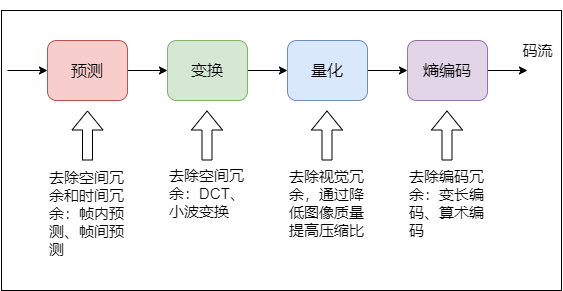
The draw.io diagram diagrams/音视频/视频编码.drawio.png in suirane/assets, before a commit. Source tidied: cells renumbered, new cells last; positions are measured from the earlier drawing's top-left corner, leaving out a move shared by most shapes. Its diagram source:
```xml
<mxGraphModel background="#FFFFFF">
  <root>
    <mxCell id="0" />
    <mxCell id="1" parent="0" />
    <mxCell id="2" style="edgeStyle=orthogonalEdgeStyle;rounded=0;jettySize=auto;html=1;exitX=1;exitY=0.5;exitDx=0;exitDy=0;" parent="1" edge="1" source="3" target="5">
      <mxGeometry relative="1" as="geometry" />
    </mxCell>
    <mxCell id="3" value="&lt;font style=&quot;font-size: 16px&quot;&gt;预测&lt;/font&gt;" style="rounded=1;whiteSpace=wrap;html=1;fillColor=#f8cecc;strokeColor=#b85450;" parent="1" vertex="1">
      <mxGeometry x="46" y="30" width="80" height="60" as="geometry" />
    </mxCell>
    <mxCell id="4" style="edgeStyle=orthogonalEdgeStyle;rounded=0;jettySize=auto;html=1;exitX=1;exitY=0.5;exitDx=0;exitDy=0;entryX=0;entryY=0.5;entryDx=0;entryDy=0;" parent="1" edge="1" source="5" target="7">
      <mxGeometry relative="1" as="geometry" />
    </mxCell>
    <mxCell id="5" value="&lt;span style=&quot;font-size: 16px&quot;&gt;变换&lt;/span&gt;" style="rounded=1;whiteSpace=wrap;html=1;fillColor=#d5e8d4;strokeColor=#82b366;" parent="1" vertex="1">
      <mxGeometry x="166" y="30" width="80" height="60" as="geometry" />
    </mxCell>
    <mxCell id="6" style="edgeStyle=orthogonalEdgeStyle;rounded=0;jettySize=auto;html=1;exitX=1;exitY=0.5;exitDx=0;exitDy=0;entryX=0;entryY=0.5;entryDx=0;entryDy=0;" parent="1" edge="1" source="7" target="9">
      <mxGeometry relative="1" as="geometry" />
    </mxCell>
    <mxCell id="7" value="&lt;font style=&quot;font-size: 16px&quot;&gt;量化&lt;/font&gt;" style="rounded=1;whiteSpace=wrap;html=1;fillColor=#dae8fc;strokeColor=#6c8ebf;" parent="1" vertex="1">
      <mxGeometry x="286" y="30" width="80" height="60" as="geometry" />
    </mxCell>
    <mxCell id="8" style="edgeStyle=orthogonalEdgeStyle;rounded=0;jettySize=auto;html=1;exitX=1;exitY=0.5;exitDx=0;exitDy=0;" parent="1" edge="1" source="9">
      <mxGeometry relative="1" as="geometry">
        <mxPoint x="526" y="60" as="targetPoint" />
      </mxGeometry>
    </mxCell>
    <mxCell id="9" value="&lt;span style=&quot;font-size: 16px&quot;&gt;熵编码&lt;/span&gt;" style="rounded=1;whiteSpace=wrap;html=1;fillColor=#e1d5e7;strokeColor=#9673a6;" parent="1" vertex="1">
      <mxGeometry x="406" y="30" width="80" height="60" as="geometry" />
    </mxCell>
    <mxCell id="10" style="edgeStyle=orthogonalEdgeStyle;rounded=0;jettySize=auto;html=1;entryX=0;entryY=0.5;entryDx=0;entryDy=0;" parent="1" edge="1" target="3">
      <mxGeometry relative="1" as="geometry">
        <mxPoint x="6" y="60" as="sourcePoint" />
      </mxGeometry>
    </mxCell>
    <mxCell id="11" value="&lt;font style=&quot;font-size: 15px&quot;&gt;码流&lt;/font&gt;" style="text;html=1;align=center;verticalAlign=middle;strokeColor=none;fillColor=none;" parent="1" vertex="1">
      <mxGeometry x="511" y="30" width="50" height="20" as="geometry" />
    </mxCell>
    <mxCell id="12" style="shape=flexArrow;endArrow=classic;html=1;entryX=0.5;entryY=1;entryDx=0;entryDy=0;" parent="1" edge="1">
      <mxGeometry relative="1" as="geometry">
        <mxPoint x="86" y="150" as="sourcePoint" />
        <mxPoint x="86" y="100" as="targetPoint" />
      </mxGeometry>
    </mxCell>
    <mxCell id="13" style="shape=flexArrow;endArrow=classic;html=1;entryX=0.5;entryY=1;entryDx=0;entryDy=0;" parent="1" edge="1">
      <mxGeometry relative="1" as="geometry">
        <mxPoint x="205.5" y="150" as="sourcePoint" />
        <mxPoint x="205.5" y="100" as="targetPoint" />
      </mxGeometry>
    </mxCell>
    <mxCell id="14" style="shape=flexArrow;endArrow=classic;html=1;entryX=0.5;entryY=1;entryDx=0;entryDy=0;" parent="1" edge="1">
      <mxGeometry relative="1" as="geometry">
        <mxPoint x="325.5" y="150" as="sourcePoint" />
        <mxPoint x="325.5" y="100" as="targetPoint" />
      </mxGeometry>
    </mxCell>
    <mxCell id="15" style="shape=flexArrow;endArrow=classic;html=1;entryX=0.5;entryY=1;entryDx=0;entryDy=0;" parent="1" edge="1">
      <mxGeometry relative="1" as="geometry">
        <mxPoint x="445.5" y="150" as="sourcePoint" />
        <mxPoint x="445.5" y="100" as="targetPoint" />
      </mxGeometry>
    </mxCell>
    <mxCell id="16" value="&lt;font style=&quot;font-size: 15px&quot;&gt;去除空间冗余和时间冗余：帧内预测、帧间预测&lt;/font&gt;" style="text;html=1;strokeColor=none;fillColor=none;align=left;verticalAlign=middle;whiteSpace=wrap;rounded=0;" parent="1" vertex="1">
      <mxGeometry x="46" y="180" width="80" height="45" as="geometry" />
    </mxCell>
    <mxCell id="17" value="&lt;span style=&quot;font-size: 15px&quot;&gt;去除空间冗余：DCT、小波变换&lt;/span&gt;" style="text;html=1;strokeColor=none;fillColor=none;align=left;verticalAlign=middle;whiteSpace=wrap;rounded=0;" parent="1" vertex="1">
      <mxGeometry x="166" y="160" width="80" height="45" as="geometry" />
    </mxCell>
    <mxCell id="18" value="&lt;span style=&quot;font-size: 15px&quot;&gt;去除视觉冗余，通过降低图像质量提高压缩比&lt;/span&gt;" style="text;html=1;strokeColor=none;fillColor=none;align=left;verticalAlign=middle;whiteSpace=wrap;rounded=0;" parent="1" vertex="1">
      <mxGeometry x="286" y="170" width="80" height="45" as="geometry" />
    </mxCell>
    <mxCell id="19" value="&lt;span style=&quot;font-size: 15px&quot;&gt;去除编码冗余：变长编码、算术编码&lt;/span&gt;" style="text;html=1;strokeColor=none;fillColor=none;align=left;verticalAlign=middle;whiteSpace=wrap;rounded=0;" parent="1" vertex="1">
      <mxGeometry x="406" y="170" width="80" height="45" as="geometry" />
    </mxCell>
    <mxCell id="20" value="&lt;h1&gt;&lt;br&gt;&lt;/h1&gt;" style="text;html=1;strokeColor=default;fillColor=none;spacing=5;spacingTop=-20;whiteSpace=wrap;overflow=hidden;rounded=0;" parent="1" vertex="1">
      <mxGeometry width="560" height="280" as="geometry" />
    </mxCell>
  </root>
</mxGraphModel>
```
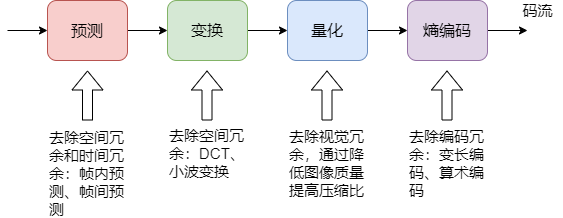
The same file after the commit.

Commit message:
更新视频编码.drawio.png

Diff of the diagram source:
```diff
@@ -72,8 +72,5 @@
     <mxCell id="19" value="&lt;span style=&quot;font-size: 15px&quot;&gt;去除编码冗余：变长编码、算术编码&lt;/span&gt;" style="text;html=1;strokeColor=none;fillColor=none;align=left;verticalAlign=middle;whiteSpace=wrap;rounded=0;" parent="1" vertex="1">
       <mxGeometry x="406" y="170" width="80" height="45" as="geometry" />
     </mxCell>
-    <mxCell id="20" value="&lt;h1&gt;&lt;br&gt;&lt;/h1&gt;" style="text;html=1;strokeColor=default;fillColor=none;spacing=5;spacingTop=-20;whiteSpace=wrap;overflow=hidden;rounded=0;" parent="1" vertex="1">
-      <mxGeometry width="560" height="280" as="geometry" />
-    </mxCell>
   </root>
 </mxGraphModel>
```
